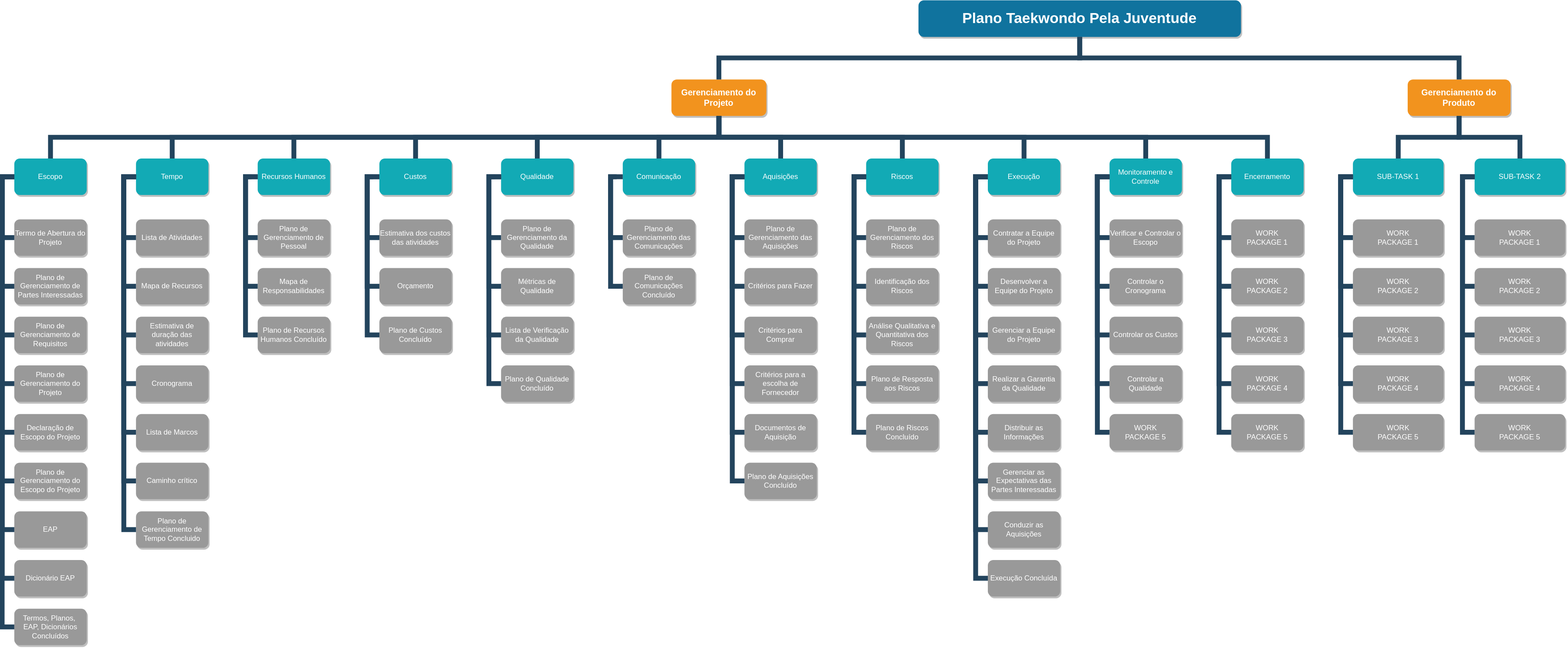
This is WBS.svg from mdmundo/diagrams, a draw.io export, as it was before one commit. Source tidied: cells renumbered, new cells last; positions are measured from the earlier drawing's top-left corner, leaving out a move shared by most shapes.
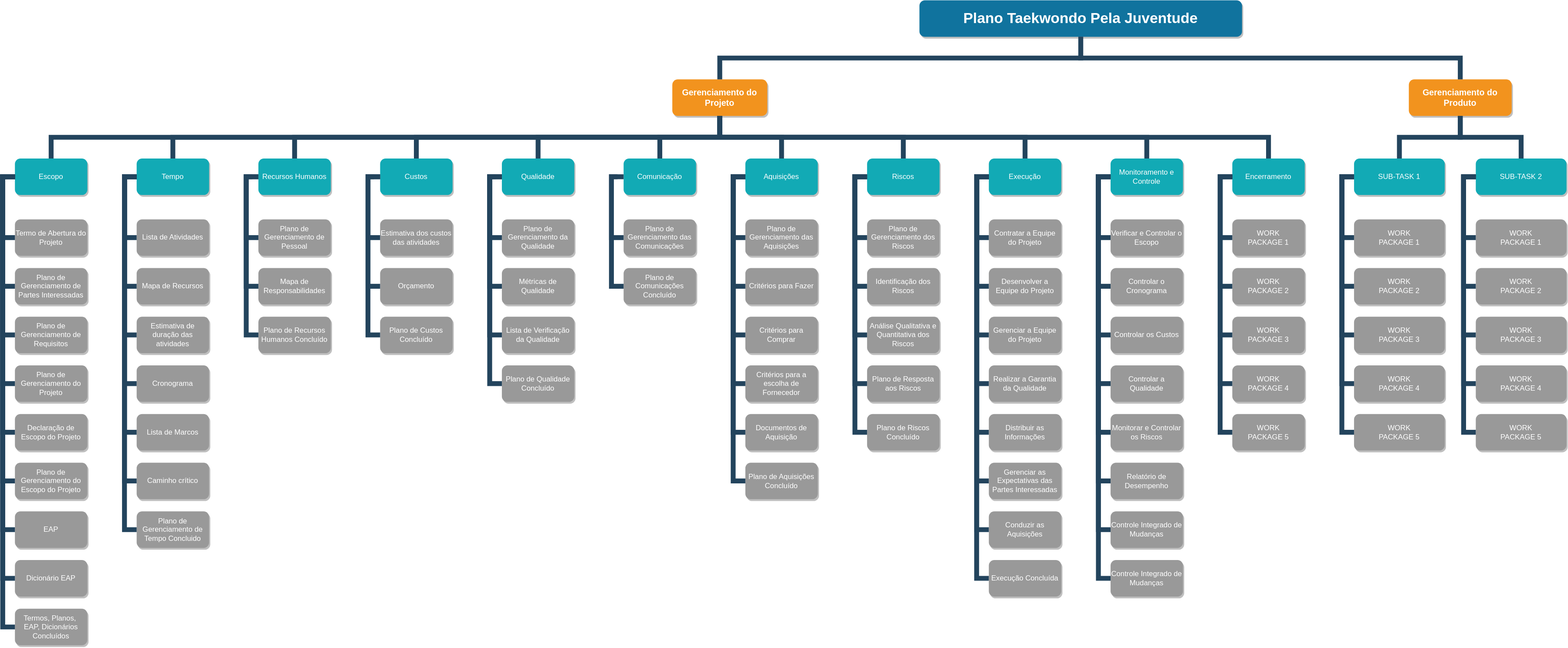
Later version of the same file.

Change to the diagram source:
```diff
@@ -576,7 +576,7 @@
     <mxCell id="127" value="Controlar a Qualidade" style="whiteSpace=wrap;rounded=1;fillColor=#999999;strokeColor=none;shadow=1;fontColor=#FFFFFF;fontStyle=0;" parent="1" vertex="1">
       <mxGeometry x="1820" y="600" width="119" height="60" as="geometry" />
     </mxCell>
-    <mxCell id="128" value="WORK&#10;PACKAGE 5" style="whiteSpace=wrap;rounded=1;fillColor=#999999;strokeColor=none;shadow=1;fontColor=#FFFFFF;fontStyle=0;" parent="1" vertex="1">
+    <mxCell id="128" value="Monitorar e Controlar os Riscos" style="whiteSpace=wrap;rounded=1;fillColor=#999999;strokeColor=none;shadow=1;fontColor=#FFFFFF;fontStyle=0;" parent="1" vertex="1">
       <mxGeometry x="1820" y="680" width="119" height="60" as="geometry" />
     </mxCell>
     <mxCell id="129" style="edgeStyle=elbowEdgeStyle;elbow=vertical;rounded=0;fontColor=#000000;endArrow=none;endFill=0;strokeWidth=8;strokeColor=#23445D;exitX=0.5;exitY=1;exitDx=0;exitDy=0;" parent="1" edge="1" source="3" target="123">
@@ -776,5 +776,35 @@
         </Array>
       </mxGeometry>
     </mxCell>
+    <mxCell id="167" value="Relatório de Desempenho" style="whiteSpace=wrap;rounded=1;fillColor=#999999;strokeColor=none;shadow=1;fontColor=#FFFFFF;fontStyle=0;" parent="1" vertex="1">
+      <mxGeometry x="1820" y="760" width="119" height="60" as="geometry" />
+    </mxCell>
+    <mxCell id="168" value="Controle Integrado de Mudanças" style="whiteSpace=wrap;rounded=1;fillColor=#999999;strokeColor=none;shadow=1;fontColor=#FFFFFF;fontStyle=0;" parent="1" vertex="1">
+      <mxGeometry x="1820" y="840" width="119" height="60" as="geometry" />
+    </mxCell>
+    <mxCell id="169" style="edgeStyle=elbowEdgeStyle;elbow=horizontal;rounded=0;fontColor=#000000;endArrow=none;endFill=0;strokeWidth=8;strokeColor=#23445D;exitX=0;exitY=0.5;exitDx=0;exitDy=0;" parent="1" edge="1" source="123" target="168">
+      <mxGeometry relative="1" as="geometry">
+        <Array as="points">
+          <mxPoint x="1800" y="660" />
+        </Array>
+      </mxGeometry>
+    </mxCell>
+    <mxCell id="170" style="edgeStyle=elbowEdgeStyle;elbow=horizontal;rounded=0;fontColor=#000000;endArrow=none;endFill=0;strokeWidth=8;strokeColor=#23445D;exitX=0;exitY=0.5;exitDx=0;exitDy=0;" parent="1" edge="1" source="123" target="167">
+      <mxGeometry relative="1" as="geometry">
+        <Array as="points">
+          <mxPoint x="1800" y="620" />
+        </Array>
+      </mxGeometry>
+    </mxCell>
+    <mxCell id="171" value="Controle Integrado de Mudanças" style="whiteSpace=wrap;rounded=1;fillColor=#999999;strokeColor=none;shadow=1;fontColor=#FFFFFF;fontStyle=0;" parent="1" vertex="1">
+      <mxGeometry x="1820" y="920" width="119" height="60" as="geometry" />
+    </mxCell>
+    <mxCell id="172" style="edgeStyle=elbowEdgeStyle;elbow=horizontal;rounded=0;fontColor=#000000;endArrow=none;endFill=0;strokeWidth=8;strokeColor=#23445D;exitX=0;exitY=0.5;exitDx=0;exitDy=0;" parent="1" edge="1" source="123" target="171">
+      <mxGeometry relative="1" as="geometry">
+        <Array as="points">
+          <mxPoint x="1800" y="740" />
+        </Array>
+      </mxGeometry>
+    </mxCell>
   </root>
 </mxGraphModel>
```
